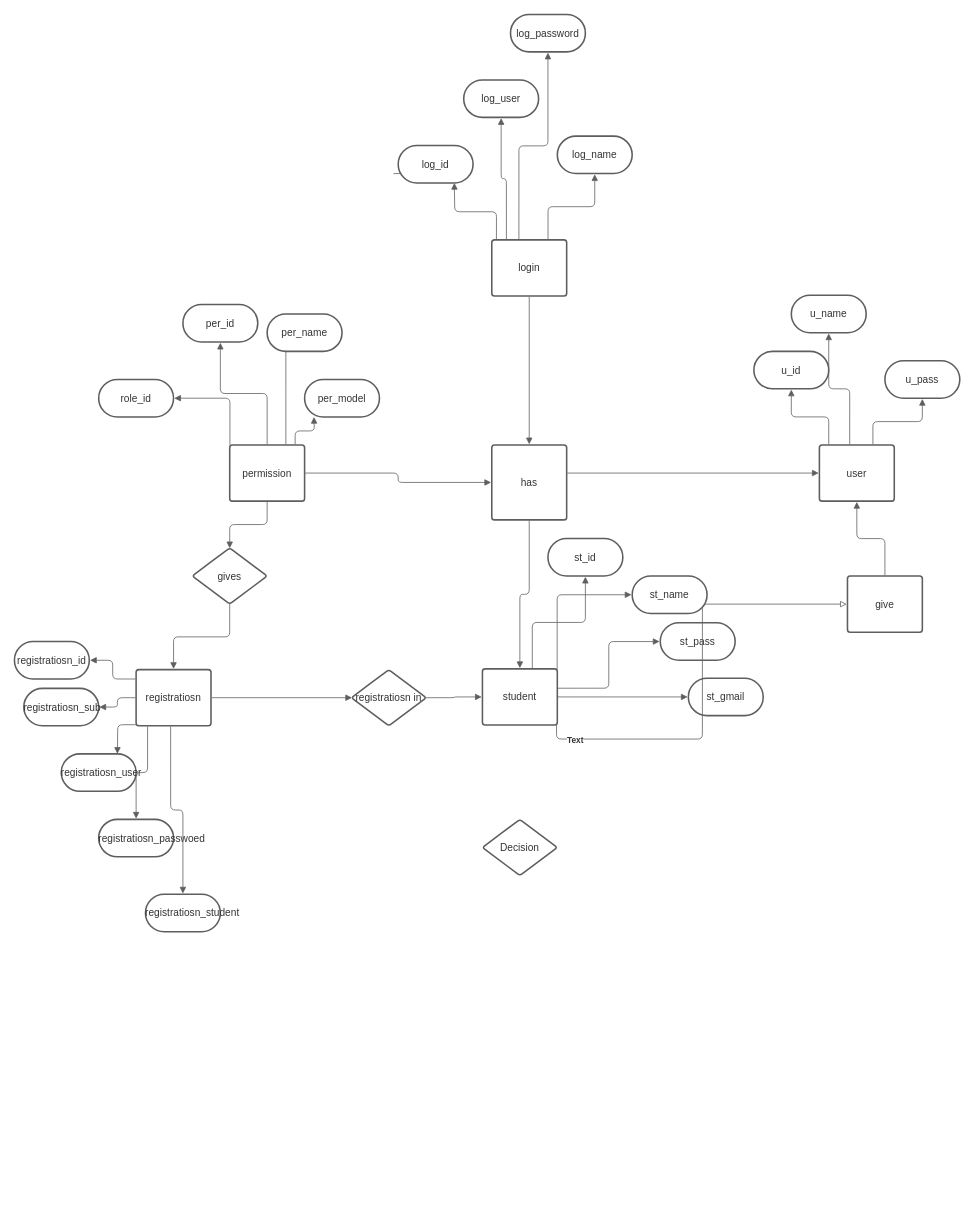
This is Untitled Diagram.drawio from princekalsariya/test, a draw.io file, before an edit. Source tidied: cells renumbered, new cells numbered last; positions are measured from the earlier drawing's top-left corner, leaving out a move shared by most shapes. Both pictures are drawn from the tidied source at 78%, with x=0, y=0 at pixel (14, 14).
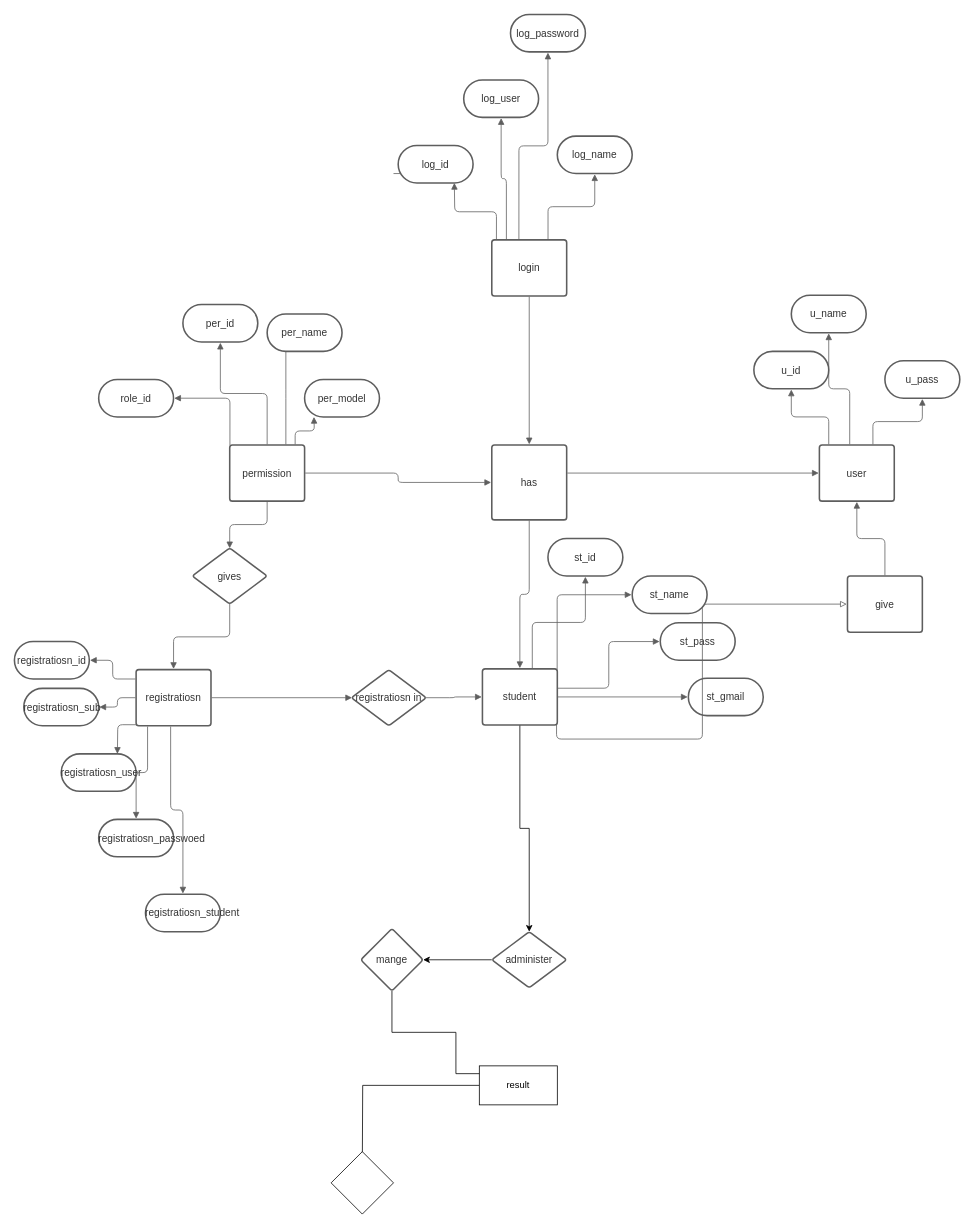
After the change.

The change refers to these unchanged cells:
```xml
<mxCell id="41" value="student" style="html=1;overflow=block;whiteSpace=wrap;whiteSpace=wrap;fontSize=13;fontColor=#333333;spacing=7;strokeColor=#5e5e5e;strokeOpacity=100;rounded=1;absoluteArcSize=1;arcSize=7;strokeWidth=2;" parent="1" vertex="1">
  <mxGeometry x="600" y="839" width="96" height="72" as="geometry" />
</mxCell>
<mxCell id="51" style="html=1;jettySize=18;whiteSpace=wrap;fontSize=11;strokeColor=#5E5E5E;rounded=1;arcSize=12;edgeStyle=orthogonalEdgeStyle;startArrow=none;endArrow=block;endFill=0;exitX=0.99;exitY=1;exitPerimeter=0;entryX=-0.009;entryY=0.5;entryPerimeter=0;" parent="1" edge="1" source="41" target="53">
  <mxGeometry relative="1" as="geometry" />
</mxCell>
```

Diff of the diagram source:
```diff
@@
+    <mxCell id="64" style="edgeStyle=orthogonalEdgeStyle;rounded=0;jettySize=auto;html=1;entryX=0.5;entryY=0;entryDx=0;entryDy=0;" parent="1" edge="1" source="41" target="63">
+      <mxGeometry relative="1" as="geometry" />
+    </mxCell>
@@
-    <mxCell id="52" value="Text" style="text;html=1;labelBackgroundColor=#ffffff;align=center;verticalAlign=middle;fontStyle=1;fontColor=#333333;fontSize=10.666666666666666;" parent="51" vertex="1">
-      <mxGeometry x="-0.85" relative="1" as="geometry" />
-    </mxCell>
@@
+    <mxCell id="65" style="edgeStyle=orthogonalEdgeStyle;rounded=0;jettySize=auto;html=1;" parent="1" edge="1" source="63" target="67">
+      <mxGeometry relative="1" as="geometry" />
+    </mxCell>
-    <mxCell id="63" value="Decision" style="html=1;overflow=block;whiteSpace=wrap;rhombus;whiteSpace=wrap;fontSize=13;fontColor=#333333;spacing=3;strokeColor=#5e5e5e;strokeOpacity=100;rounded=1;absoluteArcSize=1;arcSize=7;strokeWidth=2;" parent="1" vertex="1">
-      <mxGeometry x="600" y="1032" width="96" height="72" as="geometry" />
+    <mxCell id="63" value="administer" style="html=1;overflow=block;whiteSpace=wrap;rhombus;whiteSpace=wrap;fontSize=13;fontColor=#333333;spacing=3;strokeColor=#5e5e5e;strokeOpacity=100;rounded=1;absoluteArcSize=1;arcSize=7;strokeWidth=2;" parent="1" vertex="1">
+      <mxGeometry x="612" y="1176" width="96" height="72" as="geometry" />
     </mxCell>
+    <mxCell id="66" style="edgeStyle=orthogonalEdgeStyle;rounded=0;jettySize=auto;html=1;" parent="1" edge="1" source="67">
+      <mxGeometry relative="1" as="geometry">
+        <mxPoint x="656" y="1378" as="targetPoint" />
+        <Array as="points">
+          <mxPoint x="484" y="1305" />
+          <mxPoint x="566" y="1305" />
+          <mxPoint x="566" y="1358" />
+        </Array>
+      </mxGeometry>
+    </mxCell>
+    <mxCell id="67" value="mange" style="rhombus;whiteSpace=wrap;html=1;rounded=1;fontSize=13;fontColor=#333333;strokeColor=#5e5e5e;strokeWidth=2;spacing=3;arcSize=7;" parent="1" vertex="1">
+      <mxGeometry x="444" y="1172" width="80" height="80" as="geometry" />
+    </mxCell>
+    <mxCell id="68" style="edgeStyle=orthogonalEdgeStyle;rounded=0;jettySize=auto;html=1;" parent="1" edge="1" source="69">
+      <mxGeometry relative="1" as="geometry">
+        <mxPoint x="446" y="1478" as="targetPoint" />
+      </mxGeometry>
+    </mxCell>
+    <mxCell id="69" value="result" style="whiteSpace=wrap;html=1;" parent="1" vertex="1">
+      <mxGeometry x="596" y="1348" width="100" height="50" as="geometry" />
+    </mxCell>
+    <mxCell id="70" style="rhombus;whiteSpace=wrap;html=1;" parent="1" vertex="1">
+      <mxGeometry x="406" y="1458" width="80" height="80" as="geometry" />
+    </mxCell>
```
